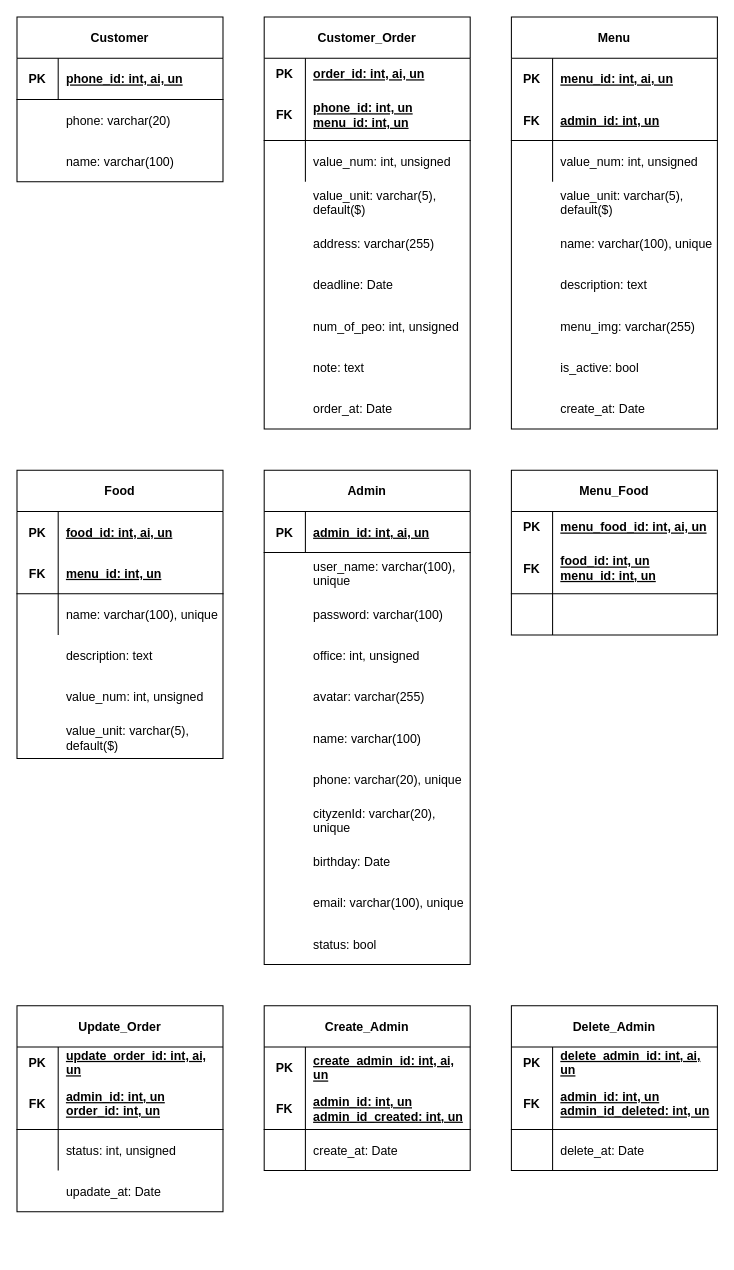
The draw.io diagram phan_tich/database/database.drawio in caoduonggithub/gourmet-au-catering, before the edit. Source tidied: cells renumbered, new cells numbered last; positions are measured from the earlier drawing's top-left corner, leaving out a move shared by most shapes. Both pictures are drawn from the tidied source at 103%, with x=0, y=0 at pixel (16, 16).
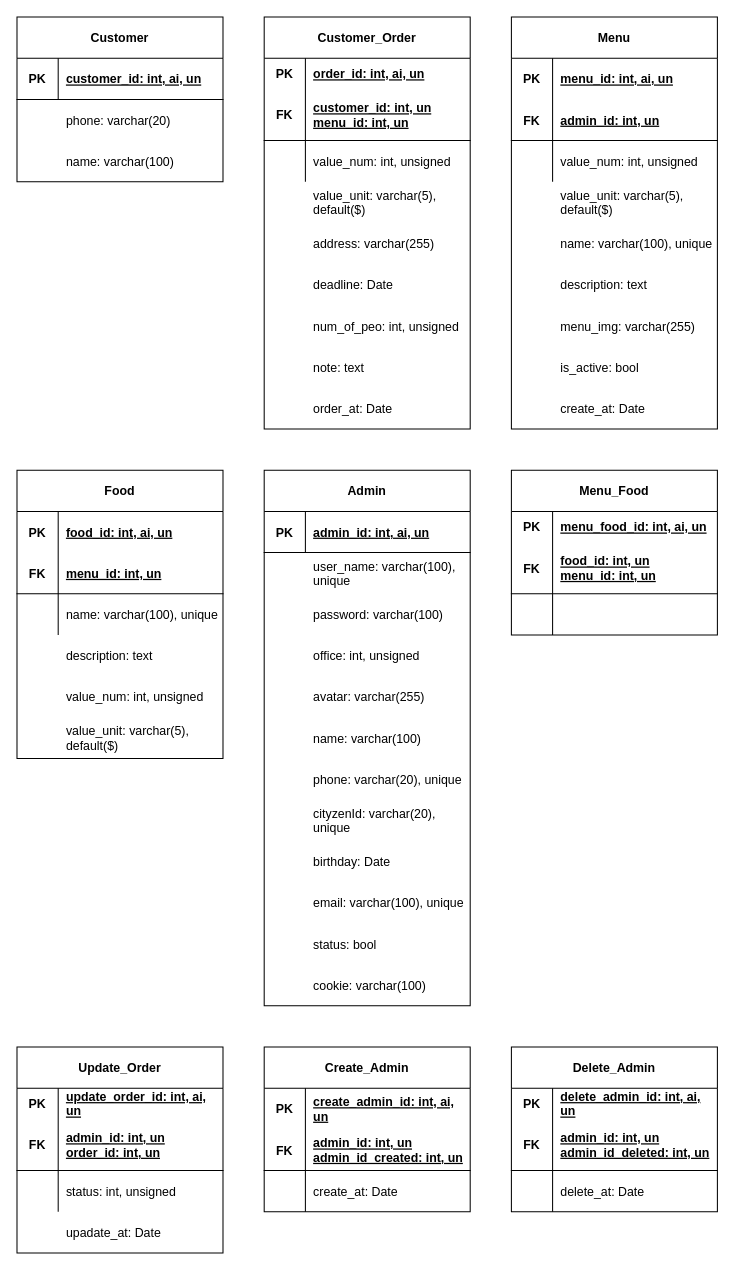
The same diagram, later.

Unchanged cells that the change refers to:
```xml
<mxCell id="3" style="shape=partialRectangle;fillColor=none;top=0;left=0;bottom=1;right=0;" parent="2" vertex="1">
  <mxGeometry y="40" width="200" height="40" as="geometry" />
</mxCell>
<mxCell id="10" style="shape=partialRectangle;fillColor=none;top=0;left=0;bottom=1;right=0;" parent="6" vertex="1">
  <mxGeometry y="70" width="200" height="50" as="geometry" />
</mxCell>
```

Change to the diagram source:
```diff
@@
-    <mxCell id="5" value="phone_id: int, ai, un" style="shape=partialRectangle;fillColor=none;top=0;left=0;bottom=0;right=0;align=left;spacingLeft=6;fontStyle=5;overflow=hidden;" parent="3" vertex="1">
+    <mxCell id="5" value="customer_id: int, ai, un" style="shape=partialRectangle;fillColor=none;top=0;left=0;bottom=0;right=0;align=left;spacingLeft=6;fontStyle=5;overflow=hidden;" parent="3" vertex="1">
       <mxGeometry x="40" width="160" height="40" as="geometry" />
     </mxCell>
@@
-    <mxCell id="12" value="phone_id: int, un&#10;menu_id: int, un" style="shape=partialRectangle;fillColor=none;top=0;left=0;bottom=0;right=0;align=left;spacingLeft=6;fontStyle=5;overflow=hidden;" parent="10" vertex="1">
+    <mxCell id="12" value="customer_id: int, un&#10;menu_id: int, un" style="shape=partialRectangle;fillColor=none;top=0;left=0;bottom=0;right=0;align=left;spacingLeft=6;fontStyle=5;overflow=hidden;" parent="10" vertex="1">
       <mxGeometry x="40" width="160" height="50" as="geometry" />
     </mxCell>
@@
     <mxCell id="39" value="Admin" style="shape=table;startSize=40;childLayout=tableLayout;rowLines=0;fontStyle=1;align=center;" parent="1" vertex="1">
-      <mxGeometry x="240" y="440" width="200" height="480" as="geometry" />
+      <mxGeometry x="240" y="440" width="200" height="520" as="geometry" />
     </mxCell>
@@
     <mxCell id="55" value="Update_Order" style="shape=table;startSize=40;childLayout=tableLayout;rowLines=0;fontStyle=1;align=center;" parent="1" vertex="1">
-      <mxGeometry y="960" width="200" height="200" as="geometry" />
+      <mxGeometry y="1000" width="200" height="200" as="geometry" />
     </mxCell>
@@
     <mxCell id="65" value="status: int, unsigned" style="shape=partialRectangle;fillColor=none;top=0;left=0;bottom=0;right=0;align=left;spacingLeft=6;overflow=hidden;" parent="1" vertex="1">
-      <mxGeometry x="40" y="1080" width="160" height="40" as="geometry" />
+      <mxGeometry x="40" y="1120" width="160" height="40" as="geometry" />
     </mxCell>
     <mxCell id="66" style="shape=partialRectangle;fillColor=none;top=0;left=0;bottom=0;right=0;overflow=hidden;" parent="1" vertex="1">
-      <mxGeometry y="1080" width="40" height="40" as="geometry" />
+      <mxGeometry y="1120" width="40" height="40" as="geometry" />
     </mxCell>
     <mxCell id="67" value="upadate_at: Date" style="shape=partialRectangle;fillColor=none;top=0;left=0;bottom=0;right=0;align=left;spacingLeft=6;overflow=hidden;" parent="1" vertex="1">
-      <mxGeometry x="40" y="1120" width="160" height="40" as="geometry" />
+      <mxGeometry x="40" y="1160" width="160" height="40" as="geometry" />
     </mxCell>
     <mxCell id="68" style="shape=partialRectangle;fillColor=none;top=0;left=0;bottom=0;right=0;overflow=hidden;" parent="1" vertex="1">
-      <mxGeometry y="1120" width="40" height="40" as="geometry" />
+      <mxGeometry y="1160" width="40" height="40" as="geometry" />
     </mxCell>
     <mxCell id="69" value="Create_Admin" style="shape=table;startSize=40;childLayout=tableLayout;rowLines=0;fontStyle=1;align=center;" parent="1" vertex="1">
-      <mxGeometry x="240" y="960" width="200" height="160" as="geometry" />
+      <mxGeometry x="240" y="1000" width="200" height="160" as="geometry" />
     </mxCell>
@@
     <mxCell id="79" value="create_at: Date" style="shape=partialRectangle;fillColor=none;top=0;left=0;bottom=0;right=0;align=left;spacingLeft=6;overflow=hidden;" parent="1" vertex="1">
-      <mxGeometry x="280" y="1080" width="160" height="40" as="geometry" />
+      <mxGeometry x="280" y="1120" width="160" height="40" as="geometry" />
     </mxCell>
     <mxCell id="80" style="shape=partialRectangle;fillColor=none;top=0;left=0;bottom=0;right=0;overflow=hidden;" parent="1" vertex="1">
-      <mxGeometry x="240" y="1080" width="40" height="40" as="geometry" />
+      <mxGeometry x="240" y="1120" width="40" height="40" as="geometry" />
     </mxCell>
     <mxCell id="81" value="Delete_Admin" style="shape=table;startSize=40;childLayout=tableLayout;rowLines=0;fontStyle=1;align=center;" parent="1" vertex="1">
-      <mxGeometry x="480" y="960" width="200" height="160" as="geometry" />
+      <mxGeometry x="480" y="1000" width="200" height="160" as="geometry" />
     </mxCell>
@@
     <mxCell id="91" value="delete_at: Date" style="shape=partialRectangle;fillColor=none;top=0;left=0;bottom=0;right=0;align=left;spacingLeft=6;overflow=hidden;" parent="1" vertex="1">
-      <mxGeometry x="520" y="1080" width="160" height="40" as="geometry" />
+      <mxGeometry x="520" y="1120" width="160" height="40" as="geometry" />
     </mxCell>
     <mxCell id="92" style="shape=partialRectangle;fillColor=none;top=0;left=0;bottom=0;right=0;overflow=hidden;" parent="1" vertex="1">
-      <mxGeometry x="480" y="1080" width="40" height="40" as="geometry" />
+      <mxGeometry x="480" y="1120" width="40" height="40" as="geometry" />
     </mxCell>
@@
+    <mxCell id="131" value="cookie: varchar(100)" style="shape=partialRectangle;fillColor=none;top=0;left=0;bottom=0;right=0;align=left;spacingLeft=6;overflow=hidden;" parent="1" vertex="1">
+      <mxGeometry x="280" y="920" width="160" height="40" as="geometry" />
+    </mxCell>
```
